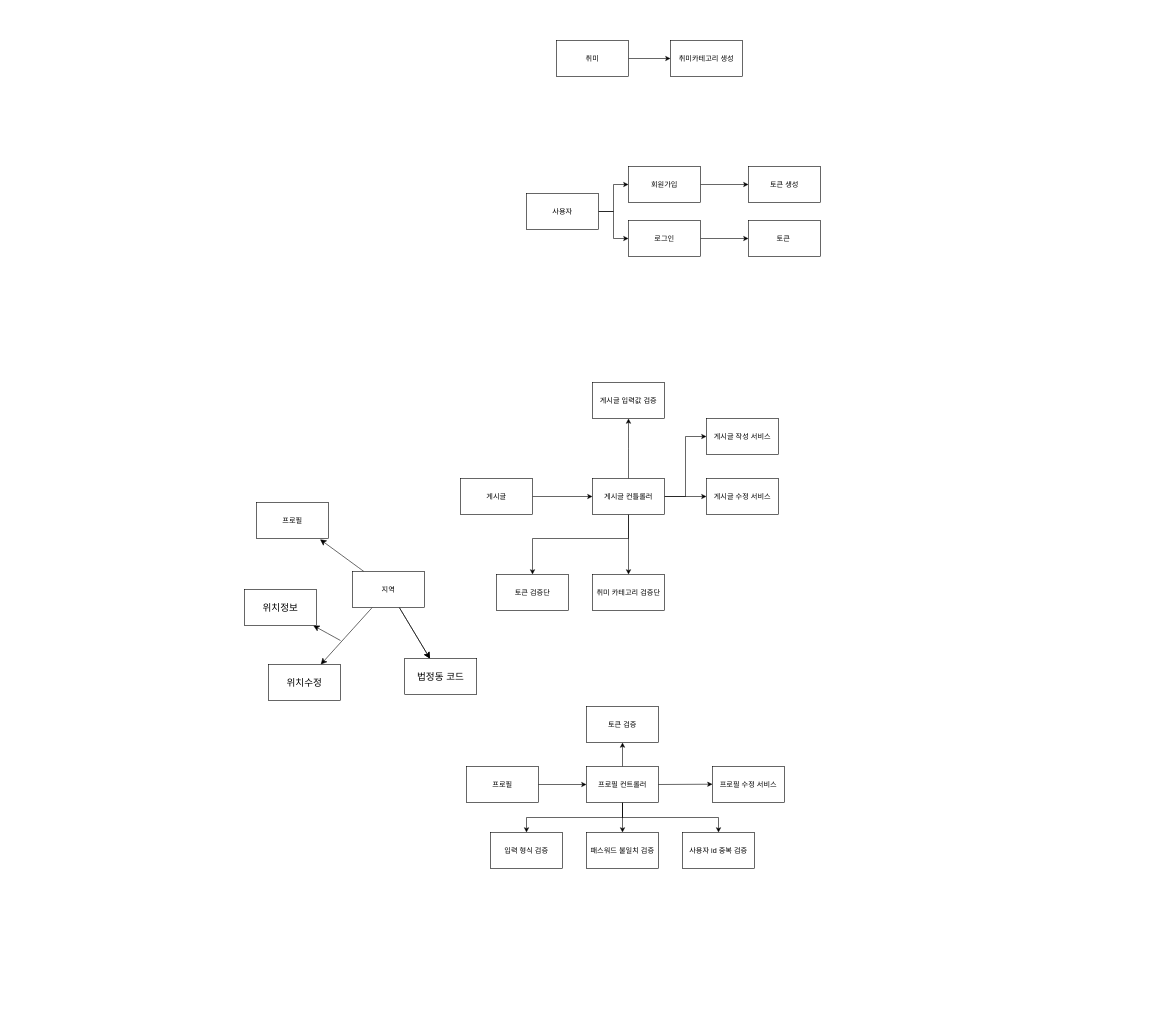
The draw.io diagram hobby-bungaue.drawio in vanillacake369/hobby-bungae, before the edit. Source tidied: cells renumbered, new cells numbered last; positions are measured from the earlier drawing's top-left corner, leaving out a move shared by most shapes. Both pictures are drawn from the tidied source at 60%, with x=0, y=0 at pixel (244, 40).
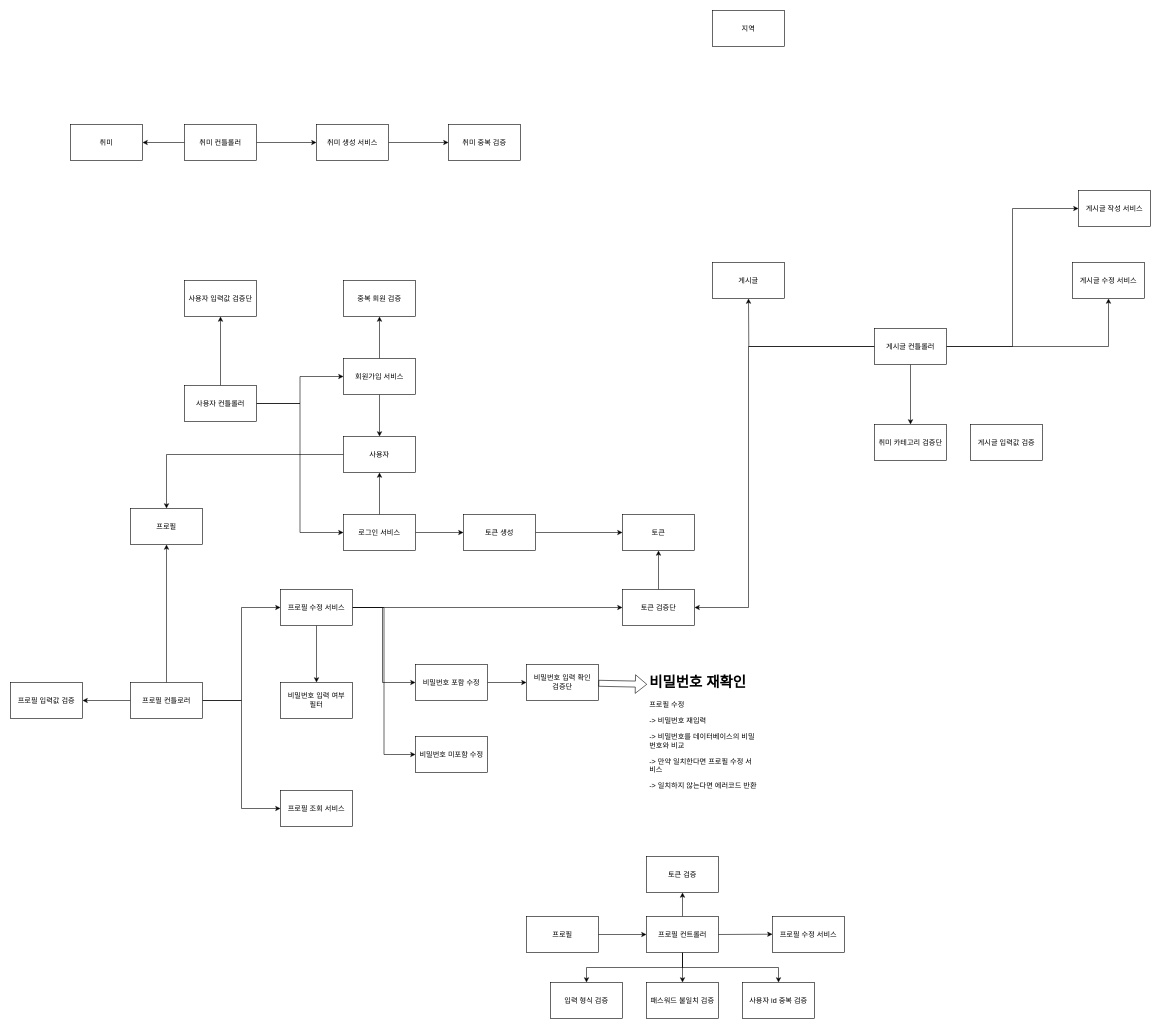
The same page after the edit.

What changed in the source:
```diff
@@
     <mxCell id="2" value="프로필" style="rounded=0;whiteSpace=wrap;html=1;" parent="1" vertex="1">
-      <mxGeometry x="20" y="770" width="120" height="60" as="geometry" />
+      <mxGeometry x="-190" y="780" width="120" height="60" as="geometry" />
     </mxCell>
-    <mxCell id="3" style="edgeStyle=orthogonalEdgeStyle;rounded=0;jettySize=auto;html=1;" parent="1" edge="1" source="4" target="15">
-      <mxGeometry relative="1" as="geometry" />
-    </mxCell>
     <mxCell id="4" value="게시글" style="rounded=0;whiteSpace=wrap;html=1;" parent="1" vertex="1">
-      <mxGeometry x="360" y="730" width="120" height="60" as="geometry" />
+      <mxGeometry x="780" y="370" width="120" height="60" as="geometry" />
     </mxCell>
-    <mxCell id="5" style="edgeStyle=none;curved=1;rounded=0;jettySize=auto;html=1;fontSize=12;startSize=8;endSize=8;" parent="1" edge="1" source="9" target="33">
-      <mxGeometry relative="1" as="geometry" />
-    </mxCell>
-    <mxCell id="6" style="edgeStyle=none;curved=1;rounded=0;jettySize=auto;html=1;fontSize=12;startSize=8;endSize=8;entryX=0.883;entryY=1.025;entryDx=0;entryDy=0;entryPerimeter=0;" parent="1" edge="1" source="9" target="2">
-      <mxGeometry relative="1" as="geometry" />
-    </mxCell>
-    <mxCell id="7" style="edgeStyle=none;curved=1;rounded=0;jettySize=auto;html=1;fontSize=12;startSize=8;endSize=8;" parent="1" edge="1" source="9" target="33">
-      <mxGeometry relative="1" as="geometry" />
-    </mxCell>
-    <mxCell id="8" style="edgeStyle=none;curved=1;rounded=0;jettySize=auto;html=1;fontSize=12;startSize=8;endSize=8;" parent="1" edge="1" source="9" target="35">
-      <mxGeometry relative="1" as="geometry" />
-    </mxCell>
     <mxCell id="9" value="지역" style="rounded=0;whiteSpace=wrap;html=1;" parent="1" vertex="1">
-      <mxGeometry x="180" y="885" width="120" height="60" as="geometry" />
+      <mxGeometry x="780" y="-50" width="120" height="60" as="geometry" />
     </mxCell>
-    <mxCell id="10" style="edgeStyle=orthogonalEdgeStyle;rounded=0;jettySize=auto;html=1;entryX=0;entryY=0.5;entryDx=0;entryDy=0;" parent="1" edge="1" source="15" target="16">
-      <mxGeometry relative="1" as="geometry" />
-    </mxCell>
@@
-    <mxCell id="12" style="edgeStyle=orthogonalEdgeStyle;rounded=0;jettySize=auto;html=1;" parent="1" edge="1" source="15">
-      <mxGeometry relative="1" as="geometry">
-        <mxPoint x="640" y="630" as="targetPoint" />
-      </mxGeometry>
-    </mxCell>
@@
     <mxCell id="14" style="edgeStyle=orthogonalEdgeStyle;rounded=0;jettySize=auto;html=1;" parent="1" edge="1" source="15" target="20">
       <mxGeometry relative="1" as="geometry">
         <Array as="points">
-          <mxPoint x="640" y="830" />
-          <mxPoint x="480" y="830" />
+          <mxPoint x="840" y="510" />
+          <mxPoint x="840" y="945" />
         </Array>
       </mxGeometry>
     </mxCell>
+    <mxCell id="10" style="edgeStyle=orthogonalEdgeStyle;rounded=0;jettySize=auto;html=1;entryX=0;entryY=0.5;entryDx=0;entryDy=0;" parent="1" edge="1" source="15" target="16">
+      <mxGeometry relative="1" as="geometry" />
+    </mxCell>
+    <mxCell id="50" style="edgeStyle=orthogonalEdgeStyle;rounded=0;jettySize=auto;html=1;" parent="1" edge="1" source="15">
+      <mxGeometry relative="1" as="geometry">
+        <mxPoint x="840" y="430" as="targetPoint" />
+      </mxGeometry>
+    </mxCell>
     <mxCell id="15" value="게시글 컨틀롤러" style="rounded=0;whiteSpace=wrap;html=1;" parent="1" vertex="1">
-      <mxGeometry x="580" y="730" width="120" height="60" as="geometry" />
+      <mxGeometry x="1050" y="480" width="120" height="60" as="geometry" />
     </mxCell>
     <mxCell id="16" value="게시글 작성 서비스" style="rounded=0;whiteSpace=wrap;html=1;" parent="1" vertex="1">
-      <mxGeometry x="770" y="630" width="120" height="60" as="geometry" />
+      <mxGeometry x="1390" y="250" width="120" height="60" as="geometry" />
     </mxCell>
     <mxCell id="17" value="게시글 수정 서비스" style="rounded=0;whiteSpace=wrap;html=1;" parent="1" vertex="1">
-      <mxGeometry x="770" y="730" width="120" height="60" as="geometry" />
+      <mxGeometry x="1380" y="370" width="120" height="60" as="geometry" />
     </mxCell>
     <mxCell id="18" value="게시글 입력값 검증" style="rounded=0;whiteSpace=wrap;html=1;" parent="1" vertex="1">
-      <mxGeometry x="580" y="570" width="120" height="60" as="geometry" />
+      <mxGeometry x="1210" y="640" width="120" height="60" as="geometry" />
     </mxCell>
     <mxCell id="19" value="취미 카테고리 검증단" style="rounded=0;whiteSpace=wrap;html=1;" parent="1" vertex="1">
-      <mxGeometry x="580" y="890" width="120" height="60" as="geometry" />
+      <mxGeometry x="1050" y="640" width="120" height="60" as="geometry" />
     </mxCell>
+    <mxCell id="51" style="edgeStyle=orthogonalEdgeStyle;rounded=0;jettySize=auto;html=1;" parent="1" edge="1" source="20" target="31">
+      <mxGeometry relative="1" as="geometry" />
+    </mxCell>
     <mxCell id="20" value="토큰 검증단" style="rounded=0;whiteSpace=wrap;html=1;" parent="1" vertex="1">
-      <mxGeometry x="420" y="890" width="120" height="60" as="geometry" />
+      <mxGeometry x="630" y="915" width="120" height="60" as="geometry" />
     </mxCell>
@@
+    <mxCell id="52" style="edgeStyle=orthogonalEdgeStyle;rounded=0;jettySize=auto;html=1;" parent="1" edge="1" source="23" target="61">
+      <mxGeometry relative="1" as="geometry" />
+    </mxCell>
-    <mxCell id="23" value="사용자" style="rounded=0;whiteSpace=wrap;html=1;" parent="1" vertex="1">
-      <mxGeometry x="470" y="255" width="120" height="60" as="geometry" />
+    <mxCell id="23" value="사용자 컨틀롤러" style="rounded=0;whiteSpace=wrap;html=1;" parent="1" vertex="1">
+      <mxGeometry x="-100" y="575" width="120" height="60" as="geometry" />
     </mxCell>
-    <mxCell id="24" style="edgeStyle=orthogonalEdgeStyle;rounded=0;jettySize=auto;html=1;" parent="1" edge="1" source="25" target="28">
-      <mxGeometry relative="1" as="geometry" />
-    </mxCell>
+    <mxCell id="53" style="edgeStyle=orthogonalEdgeStyle;rounded=0;jettySize=auto;html=1;" parent="1" edge="1" source="25" target="83">
+      <mxGeometry relative="1" as="geometry" />
+    </mxCell>
+    <mxCell id="54" style="edgeStyle=orthogonalEdgeStyle;rounded=0;jettySize=auto;html=1;" parent="1" edge="1" source="25" target="85">
+      <mxGeometry relative="1" as="geometry" />
+    </mxCell>
-    <mxCell id="25" value="취미" style="rounded=0;whiteSpace=wrap;html=1;" parent="1" vertex="1">
-      <mxGeometry x="520" width="120" height="60" as="geometry" />
+    <mxCell id="25" value="취미 컨틀롤러" style="rounded=0;whiteSpace=wrap;html=1;" parent="1" vertex="1">
+      <mxGeometry x="-100" y="140" width="120" height="60" as="geometry" />
     </mxCell>
-    <mxCell id="26" style="edgeStyle=orthogonalEdgeStyle;rounded=0;jettySize=auto;html=1;" parent="1" edge="1" source="27" target="31">
-      <mxGeometry relative="1" as="geometry" />
-    </mxCell>
+    <mxCell id="55" style="edgeStyle=orthogonalEdgeStyle;rounded=0;jettySize=auto;html=1;" parent="1" edge="1" source="27" target="62">
+      <mxGeometry relative="1" as="geometry" />
+    </mxCell>
+    <mxCell id="56" style="edgeStyle=orthogonalEdgeStyle;rounded=0;jettySize=auto;html=1;" parent="1" edge="1" source="27" target="60">
+      <mxGeometry relative="1" as="geometry" />
+    </mxCell>
-    <mxCell id="27" value="회원가입" style="rounded=0;whiteSpace=wrap;html=1;" parent="1" vertex="1">
-      <mxGeometry x="640" y="210" width="120" height="60" as="geometry" />
+    <mxCell id="27" value="회원가입 서비스" style="rounded=0;whiteSpace=wrap;html=1;" parent="1" vertex="1">
+      <mxGeometry x="165" y="530" width="120" height="60" as="geometry" />
     </mxCell>
-    <mxCell id="28" value="취미카테고리 생성" style="rounded=0;whiteSpace=wrap;html=1;" parent="1" vertex="1">
-      <mxGeometry x="710" width="120" height="60" as="geometry" />
-    </mxCell>
@@
+    <mxCell id="57" style="edgeStyle=orthogonalEdgeStyle;rounded=0;jettySize=auto;html=1;" parent="1" edge="1" source="30" target="60">
+      <mxGeometry relative="1" as="geometry" />
+    </mxCell>
-    <mxCell id="30" value="로그인" style="rounded=0;whiteSpace=wrap;html=1;" parent="1" vertex="1">
-      <mxGeometry x="640" y="300" width="120" height="60" as="geometry" />
+    <mxCell id="30" value="로그인 서비스" style="rounded=0;whiteSpace=wrap;html=1;" parent="1" vertex="1">
+      <mxGeometry x="165" y="790" width="120" height="60" as="geometry" />
     </mxCell>
-    <mxCell id="31" value="토큰 생성" style="rounded=0;whiteSpace=wrap;html=1;" parent="1" vertex="1">
-      <mxGeometry x="840" y="210" width="120" height="60" as="geometry" />
+    <mxCell id="31" value="토큰" style="rounded=0;whiteSpace=wrap;html=1;" parent="1" vertex="1">
+      <mxGeometry x="630" y="790" width="120" height="60" as="geometry" />
     </mxCell>
+    <mxCell id="58" style="edgeStyle=orthogonalEdgeStyle;rounded=0;jettySize=auto;html=1;" parent="1" edge="1" source="32" target="31">
+      <mxGeometry relative="1" as="geometry" />
+    </mxCell>
-    <mxCell id="32" value="토큰&amp;nbsp;" style="rounded=0;whiteSpace=wrap;html=1;" parent="1" vertex="1">
-      <mxGeometry x="840" y="300" width="120" height="60" as="geometry" />
+    <mxCell id="32" value="토큰 생성" style="rounded=0;whiteSpace=wrap;html=1;" parent="1" vertex="1">
+      <mxGeometry x="365" y="790" width="120" height="60" as="geometry" />
     </mxCell>
-    <mxCell id="33" value="법정동 코드" style="rounded=0;whiteSpace=wrap;html=1;fontSize=16;" parent="1" vertex="1">
-      <mxGeometry x="267" y="1030" width="120" height="60" as="geometry" />
-    </mxCell>
-    <mxCell id="34" style="edgeStyle=none;curved=1;rounded=0;jettySize=auto;html=1;fontSize=12;startSize=8;endSize=8;" parent="1" edge="1" target="36">
-      <mxGeometry relative="1" as="geometry">
-        <mxPoint x="160" y="1000" as="sourcePoint" />
-      </mxGeometry>
-    </mxCell>
-    <mxCell id="35" value="위치수정" style="rounded=0;whiteSpace=wrap;html=1;fontSize=16;" parent="1" vertex="1">
-      <mxGeometry x="40" y="1040" width="120" height="60" as="geometry" />
-    </mxCell>
-    <mxCell id="36" value="위치정보" style="whiteSpace=wrap;html=1;fontSize=16;rounded=0;" parent="1" vertex="1">
-      <mxGeometry y="915" width="120" height="60" as="geometry" />
-    </mxCell>
+    <mxCell id="59" style="edgeStyle=orthogonalEdgeStyle;rounded=0;jettySize=auto;html=1;" parent="1" edge="1" source="60" target="2">
+      <mxGeometry relative="1" as="geometry" />
+    </mxCell>
+    <mxCell id="60" value="사용자" style="rounded=0;whiteSpace=wrap;html=1;" parent="1" vertex="1">
+      <mxGeometry x="165" y="660" width="120" height="60" as="geometry" />
+    </mxCell>
+    <mxCell id="61" value="사용자 입력값 검증단" style="rounded=0;whiteSpace=wrap;html=1;" parent="1" vertex="1">
+      <mxGeometry x="-100" y="400" width="120" height="60" as="geometry" />
+    </mxCell>
+    <mxCell id="62" value="중복 회원 검증" style="rounded=0;whiteSpace=wrap;html=1;" parent="1" vertex="1">
+      <mxGeometry x="165" y="400" width="120" height="60" as="geometry" />
+    </mxCell>
+    <mxCell id="63" style="edgeStyle=orthogonalEdgeStyle;rounded=0;jettySize=auto;html=1;" parent="1" edge="1" source="67" target="2">
+      <mxGeometry relative="1" as="geometry" />
+    </mxCell>
     <mxCell id="37" value="프로필" style="rounded=0;whiteSpace=wrap;html=1;" parent="1" vertex="1">
-      <mxGeometry x="370" y="1210" width="120" height="60" as="geometry" />
+      <mxGeometry x="470" y="1460" width="120" height="60" as="geometry" />
     </mxCell>
+    <mxCell id="64" style="edgeStyle=orthogonalEdgeStyle;rounded=0;jettySize=auto;html=1;" parent="1" edge="1" source="67" target="74">
+      <mxGeometry relative="1" as="geometry" />
+    </mxCell>
@@
+    <mxCell id="65" style="edgeStyle=orthogonalEdgeStyle;rounded=0;jettySize=auto;html=1;entryX=0;entryY=0.5;entryDx=0;entryDy=0;" parent="1" edge="1" source="67" target="73">
+      <mxGeometry relative="1" as="geometry" />
+    </mxCell>
@@
+    <mxCell id="66" style="edgeStyle=orthogonalEdgeStyle;rounded=0;jettySize=auto;html=1;entryX=0;entryY=0.5;entryDx=0;entryDy=0;" parent="1" edge="1" source="67" target="68">
+      <mxGeometry relative="1" as="geometry" />
+    </mxCell>
@@
+    <mxCell id="67" value="프로필 컨틀로러" style="rounded=0;whiteSpace=wrap;html=1;" parent="1" vertex="1">
+      <mxGeometry x="-190" y="1070" width="120" height="60" as="geometry" />
+    </mxCell>
@@
+    <mxCell id="68" value="프로필 조회 서비스" style="rounded=0;whiteSpace=wrap;html=1;" parent="1" vertex="1">
+      <mxGeometry x="60" y="1250" width="120" height="60" as="geometry" />
+    </mxCell>
     <mxCell id="42" value="프로필 컨트롤러" style="rounded=0;whiteSpace=wrap;html=1;" parent="1" vertex="1">
-      <mxGeometry x="570" y="1210" width="120" height="60" as="geometry" />
+      <mxGeometry x="670" y="1460" width="120" height="60" as="geometry" />
     </mxCell>
+    <mxCell id="69" style="edgeStyle=orthogonalEdgeStyle;rounded=0;jettySize=auto;html=1;" parent="1" edge="1" source="73" target="20">
+      <mxGeometry relative="1" as="geometry" />
+    </mxCell>
     <mxCell id="43" value="프로필 수정 서비스" style="rounded=0;whiteSpace=wrap;html=1;" parent="1" vertex="1">
-      <mxGeometry x="780" y="1210" width="120" height="60" as="geometry" />
+      <mxGeometry x="880" y="1460" width="120" height="60" as="geometry" />
     </mxCell>
+    <mxCell id="70" style="edgeStyle=orthogonalEdgeStyle;rounded=0;jettySize=auto;html=1;" parent="1" edge="1" source="73" target="78">
+      <mxGeometry relative="1" as="geometry">
+        <Array as="points">
+          <mxPoint x="230" y="945" />
+          <mxPoint x="230" y="1070" />
+        </Array>
+      </mxGeometry>
+    </mxCell>
     <mxCell id="44" style="endArrow=classic;html=1;rounded=0;exitX=1;exitY=0.5;exitDx=0;exitDy=0;entryX=0;entryY=0.5;entryDx=0;entryDy=0;" parent="1" edge="1" target="42">
       <mxGeometry relative="1" as="geometry">
-        <mxPoint x="490" y="1240" as="sourcePoint" />
+        <mxPoint x="590" y="1490" as="sourcePoint" />
       </mxGeometry>
     </mxCell>
+    <mxCell id="71" style="edgeStyle=orthogonalEdgeStyle;rounded=0;jettySize=auto;html=1;entryX=0;entryY=0.5;entryDx=0;entryDy=0;" parent="1" edge="1" source="73" target="79">
+      <mxGeometry relative="1" as="geometry" />
+    </mxCell>
     <mxCell id="45" style="endArrow=classic;html=1;rounded=0;exitX=1;exitY=0.5;exitDx=0;exitDy=0;entryX=0;entryY=0.5;entryDx=0;entryDy=0;" parent="1" edge="1" source="42">
       <mxGeometry relative="1" as="geometry">
-        <mxPoint x="780" y="1239.5" as="targetPoint" />
+        <mxPoint x="880" y="1489.5" as="targetPoint" />
       </mxGeometry>
     </mxCell>
+    <mxCell id="72" style="edgeStyle=orthogonalEdgeStyle;rounded=0;jettySize=auto;html=1;" parent="1" edge="1" source="73" target="75">
+      <mxGeometry relative="1" as="geometry" />
+    </mxCell>
     <mxCell id="46" value="입력 형식 검증" style="rounded=0;whiteSpace=wrap;html=1;" parent="1" vertex="1">
-      <mxGeometry x="410" y="1320" width="120" height="60" as="geometry" />
+      <mxGeometry x="510" y="1570" width="120" height="60" as="geometry" />
     </mxCell>
+    <mxCell id="73" value="프로필 수정 서비스" style="rounded=0;whiteSpace=wrap;html=1;" parent="1" vertex="1">
+      <mxGeometry x="60" y="915" width="120" height="60" as="geometry" />
+    </mxCell>
     <mxCell id="47" value="패스워드 불일치 검증" style="rounded=0;whiteSpace=wrap;html=1;" parent="1" vertex="1">
-      <mxGeometry x="570" y="1320" width="120" height="60" as="geometry" />
+      <mxGeometry x="670" y="1570" width="120" height="60" as="geometry" />
     </mxCell>
+    <mxCell id="74" value="프로필 입력값 검증" style="rounded=0;whiteSpace=wrap;html=1;" parent="1" vertex="1">
+      <mxGeometry x="-390" y="1070" width="120" height="60" as="geometry" />
+    </mxCell>
     <mxCell id="48" value="사용자 id 중복 검증" style="rounded=0;whiteSpace=wrap;html=1;" parent="1" vertex="1">
-      <mxGeometry x="730" y="1320" width="120" height="60" as="geometry" />
+      <mxGeometry x="830" y="1570" width="120" height="60" as="geometry" />
     </mxCell>
+    <mxCell id="75" value="비밀번호 입력 여부 &lt;br&gt;필터" style="rounded=0;whiteSpace=wrap;html=1;" parent="1" vertex="1">
+      <mxGeometry x="60" y="1070" width="120" height="60" as="geometry" />
+    </mxCell>
     <mxCell id="49" value="토큰 검증" style="rounded=0;whiteSpace=wrap;html=1;" parent="1" vertex="1">
-      <mxGeometry x="570" y="1110" width="120" height="60" as="geometry" />
+      <mxGeometry x="670" y="1360" width="120" height="60" as="geometry" />
     </mxCell>
+    <mxCell id="76" value="&lt;h1&gt;비밀번호 재확인&lt;/h1&gt;&lt;p&gt;프로필 수정&amp;nbsp;&lt;/p&gt;&lt;p&gt;-&amp;gt; 비밀번호 재입력&lt;/p&gt;&lt;p&gt;-&amp;gt; 비밀번호를 데이터베이스의 비밀번호와 비교&lt;/p&gt;&lt;p&gt;-&amp;gt; 만약 일치한다면 프로필 수정 서비스&lt;/p&gt;&lt;p&gt;-&amp;gt; 일치하지 않는다면 에러코드 반환&lt;/p&gt;" style="text;html=1;strokeColor=none;fillColor=none;spacing=5;spacingTop=-20;whiteSpace=wrap;overflow=hidden;rounded=0;" parent="1" vertex="1">
+      <mxGeometry x="670" y="1050" width="190" height="240" as="geometry" />
+    </mxCell>
+    <mxCell id="77" style="edgeStyle=orthogonalEdgeStyle;rounded=0;jettySize=auto;html=1;" parent="1" edge="1" source="78" target="80">
+      <mxGeometry relative="1" as="geometry" />
+    </mxCell>
+    <mxCell id="78" value="비밀번호 포함 수정" style="rounded=0;whiteSpace=wrap;html=1;" parent="1" vertex="1">
+      <mxGeometry x="285" y="1040" width="120" height="60" as="geometry" />
+    </mxCell>
+    <mxCell id="79" value="비밀번호 미포함 수정" style="rounded=0;whiteSpace=wrap;html=1;" parent="1" vertex="1">
+      <mxGeometry x="285" y="1160" width="120" height="60" as="geometry" />
+    </mxCell>
+    <mxCell id="80" value="비밀번호 입력 확인 &lt;br&gt;검증단" style="rounded=0;whiteSpace=wrap;html=1;" parent="1" vertex="1">
+      <mxGeometry x="470" y="1040" width="120" height="60" as="geometry" />
+    </mxCell>
+    <mxCell id="81" style="shape=flexArrow;endArrow=classic;html=1;rounded=0;entryX=0.005;entryY=0.096;entryDx=0;entryDy=0;entryPerimeter=0;" parent="1" edge="1" source="80" target="76">
+      <mxGeometry relative="1" as="geometry" />
+    </mxCell>
+    <mxCell id="82" value="취미 중복 검증" style="rounded=0;whiteSpace=wrap;html=1;" parent="1" vertex="1">
+      <mxGeometry x="340" y="140" width="120" height="60" as="geometry" />
+    </mxCell>
+    <mxCell id="83" value="취미" style="rounded=0;whiteSpace=wrap;html=1;" parent="1" vertex="1">
+      <mxGeometry x="-290" y="140" width="120" height="60" as="geometry" />
+    </mxCell>
+    <mxCell id="84" style="edgeStyle=orthogonalEdgeStyle;rounded=0;jettySize=auto;html=1;" parent="1" edge="1" source="85" target="82">
+      <mxGeometry relative="1" as="geometry" />
+    </mxCell>
+    <mxCell id="85" value="취미 생성 서비스" style="rounded=0;whiteSpace=wrap;html=1;" parent="1" vertex="1">
+      <mxGeometry x="120" y="140" width="120" height="60" as="geometry" />
+    </mxCell>
```
